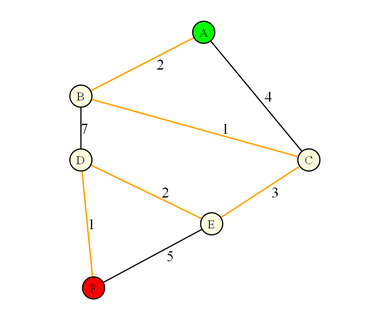
Arpit-Singh-Chauhan/Path-Finder keeps this Graphviz diagram as graph.png. Above is the earlier version. Its source is kept beside it as graph.dot.
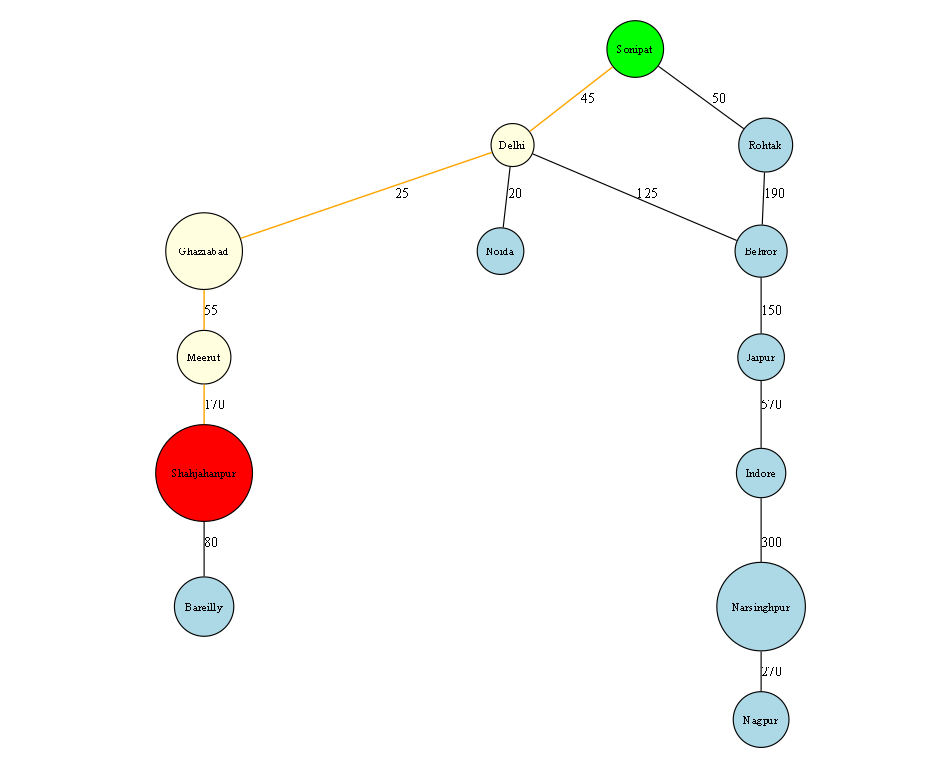
Later version of the same file.

Change to the diagram source:
```diff
@@ -15,18 +15,22 @@
 fontsize=50
 penwidth = 4
 ]
-  "A" [fillcolor=green];
-  "A" -- "B" [label="2", color=orange, penwidth=5];
-  "A" -- "C" [label="4"];
-  "B" [fillcolor=lightyellow];
-  "B" -- "C" [label="1", color=orange, penwidth=5];
-  "B" -- "D" [label="7"];
-  "C" [fillcolor=lightyellow];
-  "C" -- "E" [label="3", color=orange, penwidth=5];
-  "D" [fillcolor=lightyellow];
-  "D" -- "F" [label="1", color=orange, penwidth=5];
-  "D" -- "E" [label="2", color=orange, penwidth=5];
-  "E" [fillcolor=lightyellow];
-  "E" -- "F" [label="5"];
-  "F" [fillcolor=red];
+  "Sonipat" [fillcolor=green];
+  "Sonipat" -- "Delhi" [label="45", color=orange, penwidth=5];
+  "Sonipat" -- "Rohtak" [label="50"];
+  "Delhi" [fillcolor=lightyellow];
+  "Delhi" -- "Ghaziabad" [label="25", color=orange, penwidth=5];
+  "Delhi" -- "Noida" [label="20"];
+  "Delhi" -- "Behror" [label="125"];
+  "Rohtak" -- "Behror" [label="190"];
+  "Ghaziabad" [fillcolor=lightyellow];
+  "Ghaziabad" -- "Meerut" [label="55", color=orange, penwidth=5];
+  "Behror" -- "Jaipur" [label="150"];
+  "Meerut" [fillcolor=lightyellow];
+  "Meerut" -- "Shahjahanpur" [label="170", color=orange, penwidth=5];
+  "Shahjahanpur" [fillcolor=red];
+  "Shahjahanpur" -- "Bareilly" [label="80"];
+  "Jaipur" -- "Indore" [label="570"];
+  "Indore" -- "Narsinghpur" [label="300"];
+  "Narsinghpur" -- "Nagpur" [label="270"];
 }
```
